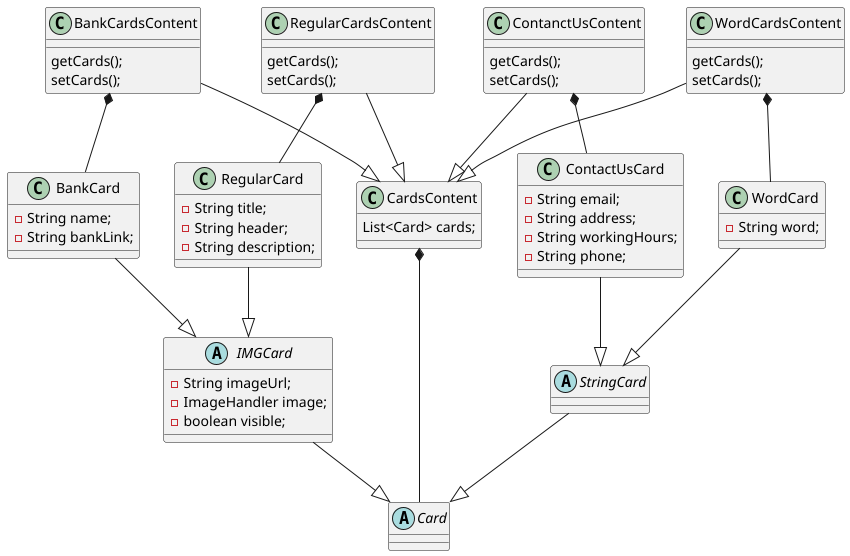
The PlantUML diagram docs/uml/cards-0.png in aamer867/el.waleed-api, before a commit. Its diagram source:
```plantuml
@startuml

Abstract class Card {
}

Abstract class IMGCard {
    - String imageUrl;
    - ImageHandler image;
    - boolean visible;
}

Abstract class StringCard {
}

class RegularCard {
    - String title;
    - String header;
    - String description;
}

class BankCard {
    - String name;
    - String bankLink;
}

class WordCard {
    - String word;
}

class ContactUsCard {
    - String email;
    - String address;
    - String workingHours;
    - String phone;
}

class CardsContent {
    List<Card> cards;
}

class RegularCardsContent {
    getCards();
    setCards();
}

class BankCardsContent {
    getCards();
    setCards();
}

class WordCardsContent {
    getCards();
    setCards();
}

class ContanctUsContent {
    getCards();
    setCards();
}

IMGCard --|> Card
StringCard --|> Card

RegularCard --|> IMGCard
BankCard --|> IMGCard

WordCard --|> StringCard
ContactUsCard --|> StringCard

BankCardsContent --|> CardsContent
RegularCardsContent --|> CardsContent
WordCardsContent --|> CardsContent
ContanctUsContent --|> CardsContent

CardsContent *-- Card

RegularCardsContent *-- RegularCard
BankCardsContent *-- BankCard
WordCardsContent *-- WordCard
ContanctUsContent *-- ContactUsCard

@enduml
```
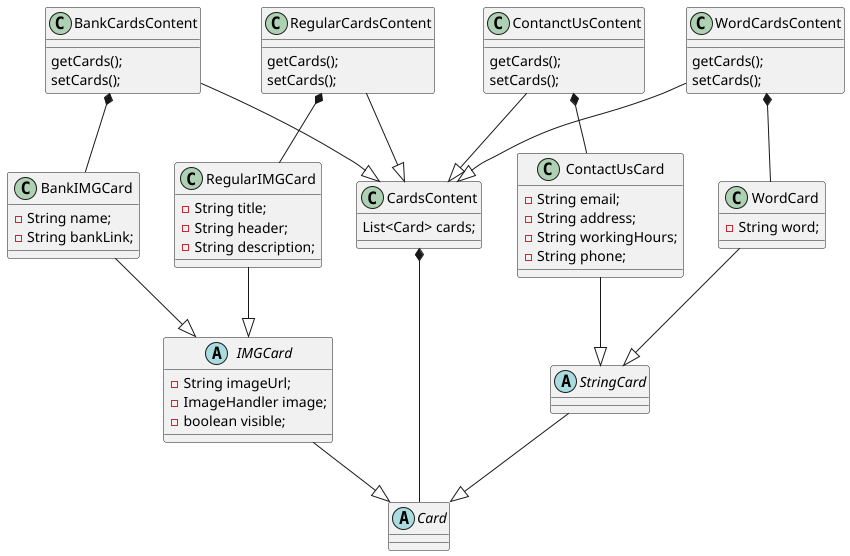
The same file after the commit.

Commit message:
update the controllers UML

Change to the diagram source:
```diff
@@ -12,13 +12,13 @@
 Abstract class StringCard {
 }
 
-class RegularCard {
+class RegularIMGCard {
     - String title;
     - String header;
     - String description;
 }
 
-class BankCard {
+class BankIMGCard {
     - String name;
     - String bankLink;
 }
@@ -61,8 +61,8 @@
 IMGCard --|> Card
 StringCard --|> Card
 
-RegularCard --|> IMGCard
-BankCard --|> IMGCard
+RegularIMGCard --|> IMGCard
+BankIMGCard --|> IMGCard
 
 WordCard --|> StringCard
 ContactUsCard --|> StringCard
@@ -74,8 +74,8 @@
 
 CardsContent *-- Card
 
-RegularCardsContent *-- RegularCard
-BankCardsContent *-- BankCard
+RegularCardsContent *-- RegularIMGCard
+BankCardsContent *-- BankIMGCard
 WordCardsContent *-- WordCard
 ContanctUsContent *-- ContactUsCard
 
```
